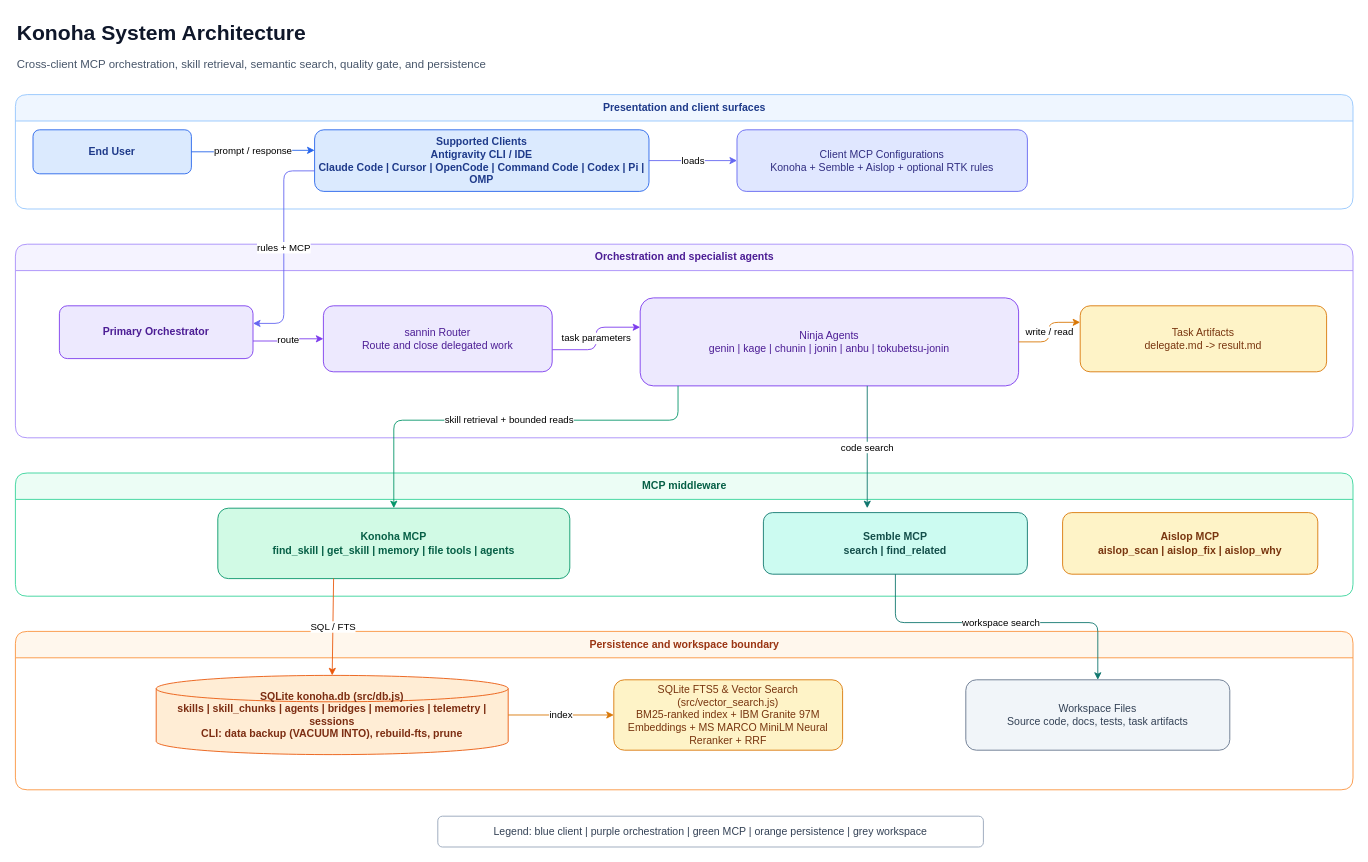
This is page "01 System Architecture" (1 of 15) of docs/diagrams/konoha-architecture.drawio from andycungkrinx91/konoha, a draw.io file, before an edit. Source tidied: cells renumbered, new cells numbered last; positions are measured from the earlier drawing's top-left corner, leaving out a move shared by most shapes. Both pictures are drawn from the tidied source at 88%, with x=0, y=0 at pixel (15, 15).
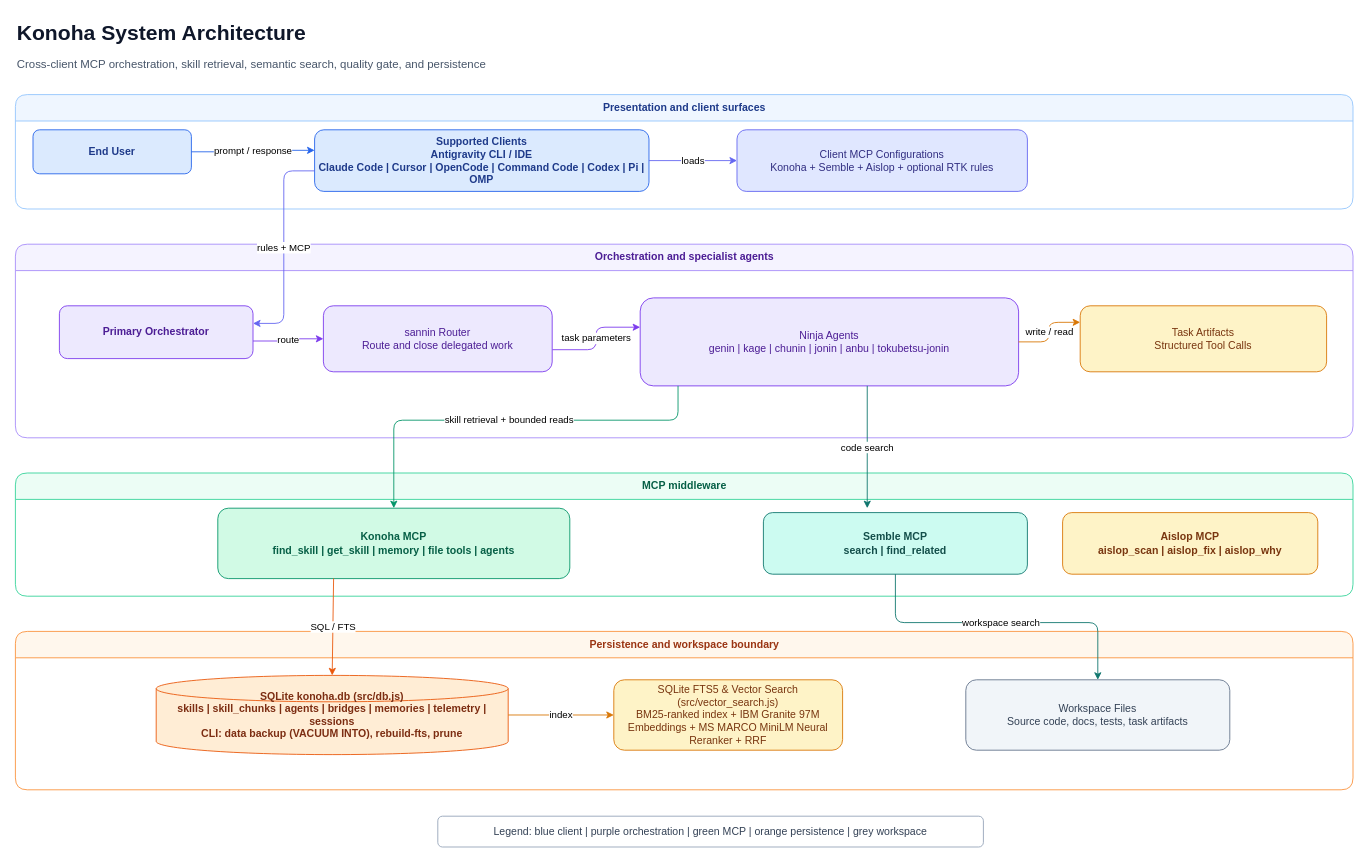
The same diagram, later.

Unchanged cells that the change refers to:
```xml
<mxCell id="8" value="Orchestration and specialist agents" style="swimlane;html=1;rounded=1;startSize=30;fillColor=#f5f3ff;strokeColor=#a78bfa;fontColor=#4c1d95;fontStyle=1;" parent="1" vertex="1">
  <mxGeometry y="260" width="1520" height="220" as="geometry" />
</mxCell>
```

What changed in the source:
```diff
@@
-    <mxCell id="12" value="Task Artifacts&#10;delegate.md -&gt; result.md" style="rounded=1;html=1;whiteSpace=wrap;fillColor=#fef3c7;strokeColor=#d97706;fontColor=#78350f;overflow=visible;" parent="8" vertex="1">
+    <mxCell id="12" value="Task Artifacts&#10;Structured Tool Calls" style="rounded=1;html=1;whiteSpace=wrap;fillColor=#fef3c7;strokeColor=#d97706;fontColor=#78350f;overflow=visible;" parent="8" vertex="1">
       <mxGeometry x="1210" y="70" width="280" height="75" as="geometry" />
     </mxCell>
```
